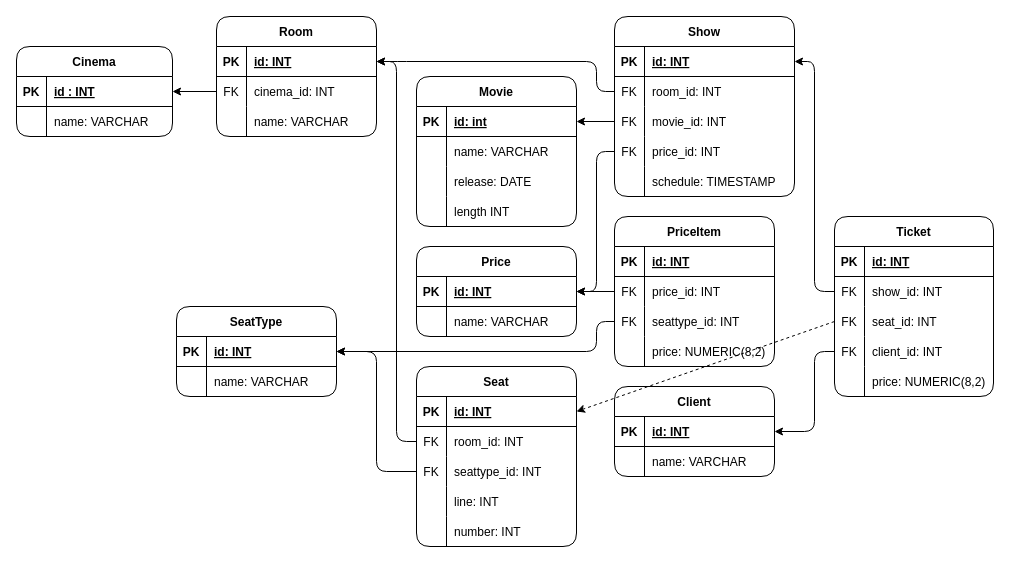
Before: 1. Scheme.drawio in otusteamedu/PHP_2023, a draw.io diagram. Source tidied: cells renumbered, new cells numbered last; positions are measured from the earlier drawing's top-left corner, leaving out a move shared by most shapes. Both pictures are drawn from the tidied source at 100%, with x=0, y=0 at pixel (16, 16).
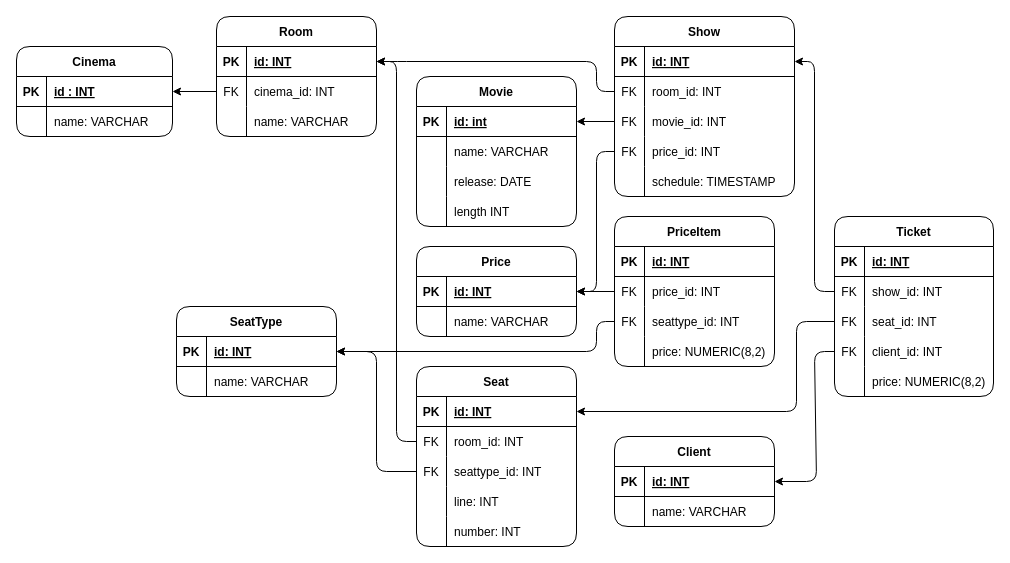
After the change.

Unchanged cells that the change refers to:
```xml
<mxCell id="30" style="shape=tableRow;horizontal=0;startSize=0;swimlaneHead=0;swimlaneBody=0;fillColor=none;points=[[0,0.5],[1,0.5]];portConstraint=eastwest;top=0;left=0;right=0;bottom=1;rounded=1;glass=0;sketch=0;strokeColor=default;" parent="29" vertex="1">
  <mxGeometry y="30" width="160" height="30" as="geometry" />
</mxCell>
<mxCell id="91" style="shape=tableRow;horizontal=0;startSize=0;swimlaneHead=0;swimlaneBody=0;fillColor=none;points=[[0,0.5],[1,0.5]];portConstraint=eastwest;top=0;left=0;right=0;bottom=1;rounded=1;glass=0;sketch=0;strokeColor=default;" parent="90" vertex="1">
  <mxGeometry y="30" width="160" height="30" as="geometry" />
</mxCell>
<mxCell id="105" style="shape=tableRow;horizontal=0;startSize=0;swimlaneHead=0;swimlaneBody=0;fillColor=none;points=[[0,0.5],[1,0.5]];portConstraint=eastwest;top=0;left=0;right=0;bottom=0;rounded=1;glass=0;sketch=0;strokeColor=default;" parent="98" vertex="1">
  <mxGeometry y="90" width="159" height="30" as="geometry" />
</mxCell>
<mxCell id="108" style="shape=tableRow;horizontal=0;startSize=0;swimlaneHead=0;swimlaneBody=0;fillColor=none;points=[[0,0.5],[1,0.5]];portConstraint=eastwest;top=0;left=0;right=0;bottom=0;rounded=1;glass=0;sketch=0;strokeColor=default;" parent="98" vertex="1">
  <mxGeometry y="120" width="159" height="30" as="geometry" />
</mxCell>
```

The edit, as a diff of the source:
```diff
@@
     <mxCell id="90" value="Client" style="shape=table;startSize=30;childLayout=tableLayout;rowLines=0;fontStyle=1;align=center;rounded=1;glass=0;sketch=0;strokeColor=default;fillColor=none;" parent="1" vertex="1">
-      <mxGeometry x="598" y="370" width="160" height="90" as="geometry" />
+      <mxGeometry x="598" y="420" width="160" height="90" as="geometry" />
     </mxCell>
@@
     <mxCell id="114" style="edgeStyle=none;comic=0;html=1;entryX=1;entryY=0.5;entryDx=0;entryDy=0;exitX=0;exitY=0.5;exitDx=0;exitDy=0;" parent="1" edge="1" source="108" target="91">
       <mxGeometry relative="1" as="geometry">
         <Array as="points">
           <mxPoint x="798" y="335" />
-          <mxPoint x="798" y="415" />
+          <mxPoint x="800" y="465" />
         </Array>
       </mxGeometry>
     </mxCell>
-    <mxCell id="115" style="edgeStyle=none;comic=0;html=1;entryX=1;entryY=0.5;entryDx=0;entryDy=0;exitX=0;exitY=0.5;exitDx=0;exitDy=0;dashed=1;" parent="1" edge="1" source="105" target="30">
-      <mxGeometry relative="1" as="geometry" />
+    <mxCell id="115" style="edgeStyle=none;comic=0;html=1;entryX=1;entryY=0.5;entryDx=0;entryDy=0;exitX=0;exitY=0.5;exitDx=0;exitDy=0;" parent="1" edge="1" source="105" target="30">
+      <mxGeometry relative="1" as="geometry">
+        <Array as="points">
+          <mxPoint x="780" y="305" />
+          <mxPoint x="780" y="395" />
+        </Array>
+      </mxGeometry>
     </mxCell>
```
